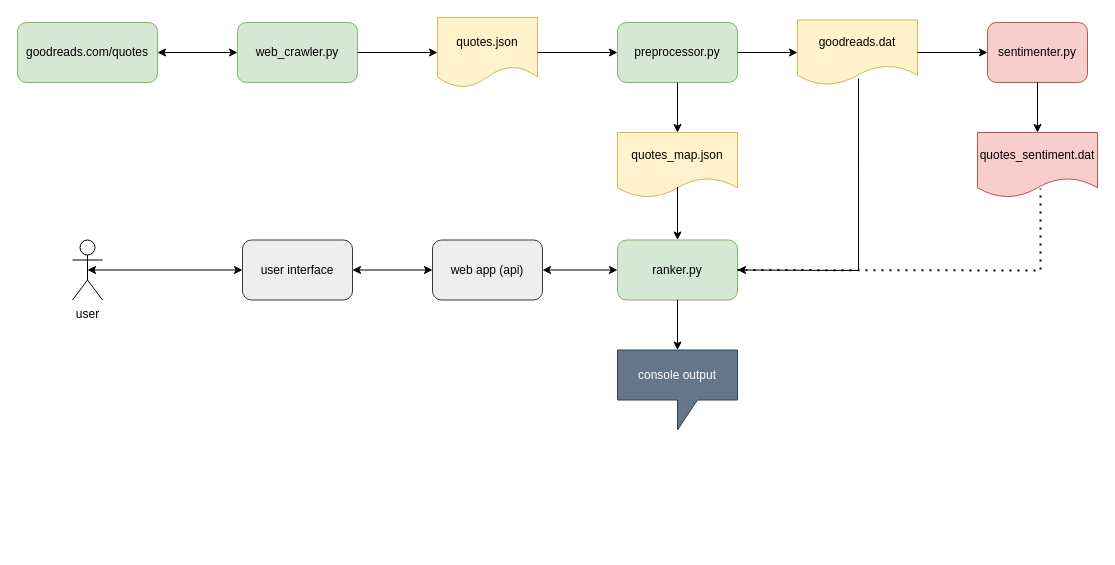
Earlier version of the draw.io diagram course-deliverables/quote-finder-architecture.drawio (willtsai/quote-finder). Source tidied: cells renumbered, new cells numbered last; positions are measured from the earlier drawing's top-left corner, leaving out a move shared by most shapes. Both pictures are drawn from the tidied source at 100%, with x=0, y=0 at pixel (17, 17).
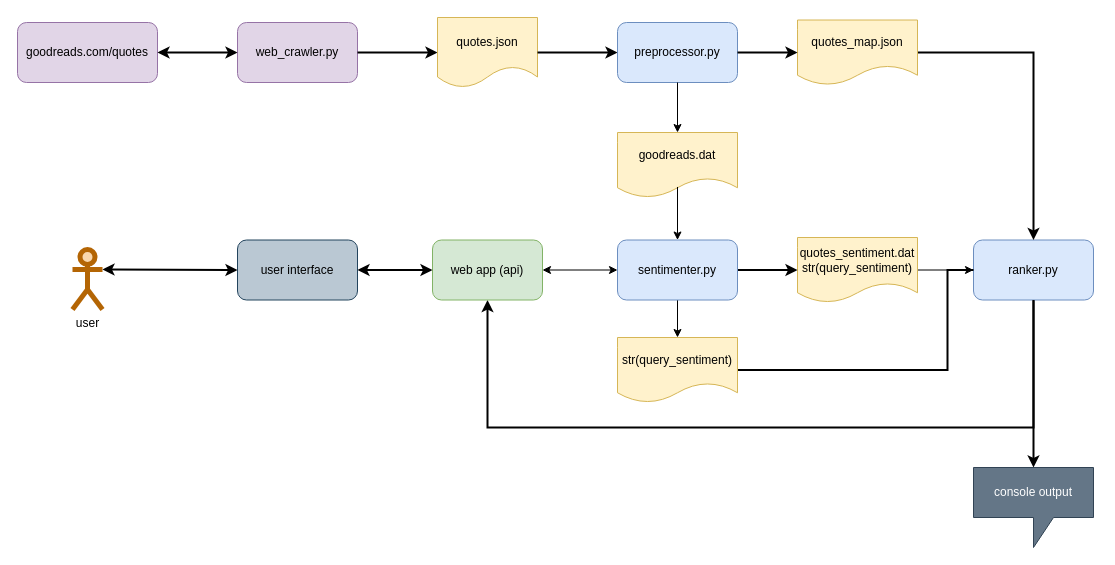
Above is the later version.

Commit message:
restore architecture diagram

Unchanged cells that the change refers to:
```xml
<mxCell id="6" value="quotes.json" style="shape=document;whiteSpace=wrap;html=1;boundedLbl=1;fillColor=#fff2cc;strokeColor=#d6b656;" parent="1" vertex="1">
  <mxGeometry x="420" width="100" height="70" as="geometry" />
</mxCell>
```

What changed in the source:
```diff
@@
-    <mxCell id="2" value="web_crawler.py" style="rounded=1;whiteSpace=wrap;html=1;fillColor=#d5e8d4;strokeColor=#82b366;" parent="1" vertex="1">
+    <mxCell id="2" value="web_crawler.py" style="rounded=1;whiteSpace=wrap;html=1;fillColor=#e1d5e7;strokeColor=#9673a6;" parent="1" vertex="1">
       <mxGeometry x="220" y="5" width="120" height="60" as="geometry" />
     </mxCell>
-    <mxCell id="3" value="goodreads.com/quotes" style="rounded=1;whiteSpace=wrap;html=1;fillColor=#d5e8d4;strokeColor=#82b366;" parent="1" vertex="1">
+    <mxCell id="3" value="goodreads.com/quotes" style="rounded=1;whiteSpace=wrap;html=1;fillColor=#e1d5e7;strokeColor=#9673a6;" parent="1" vertex="1">
       <mxGeometry y="5" width="140" height="60" as="geometry" />
     </mxCell>
-    <mxCell id="4" style="endArrow=classic;startArrow=classic;html=1;rounded=0;entryX=0;entryY=0.5;entryDx=0;entryDy=0;exitX=1;exitY=0.5;exitDx=0;exitDy=0;" parent="1" edge="1" source="3" target="2">
+    <mxCell id="4" style="endArrow=classic;startArrow=classic;html=1;rounded=0;entryX=0;entryY=0.5;entryDx=0;entryDy=0;exitX=1;exitY=0.5;exitDx=0;exitDy=0;strokeWidth=2;" parent="1" edge="1" source="3" target="2">
       <mxGeometry relative="1" as="geometry" />
     </mxCell>
-    <mxCell id="5" style="endArrow=classic;html=1;rounded=0;exitX=1;exitY=0.5;exitDx=0;exitDy=0;entryX=0;entryY=0.5;entryDx=0;entryDy=0;" parent="1" edge="1" source="2" target="6">
+    <mxCell id="5" style="endArrow=classic;html=1;rounded=0;exitX=1;exitY=0.5;exitDx=0;exitDy=0;entryX=0;entryY=0.5;entryDx=0;entryDy=0;strokeWidth=2;" parent="1" edge="1" source="2" target="6">
       <mxGeometry relative="1" as="geometry" />
     </mxCell>
@@
+    <mxCell id="29" style="edgeStyle=orthogonalEdgeStyle;rounded=0;jettySize=auto;html=1;exitX=0.5;exitY=1;exitDx=0;exitDy=0;entryX=0.5;entryY=1;entryDx=0;entryDy=0;strokeWidth=2;" parent="1" edge="1" source="7" target="24">
+      <mxGeometry relative="1" as="geometry">
+        <Array as="points">
+          <mxPoint x="1016" y="410" />
+          <mxPoint x="470" y="410" />
+        </Array>
+      </mxGeometry>
+    </mxCell>
-    <mxCell id="7" value="sentimenter.py" style="rounded=1;whiteSpace=wrap;html=1;fillColor=#f8cecc;strokeColor=#b85450;" parent="1" vertex="1">
-      <mxGeometry x="970" y="5" width="100" height="60" as="geometry" />
+    <mxCell id="7" value="ranker.py" style="rounded=1;whiteSpace=wrap;html=1;fillColor=#dae8fc;strokeColor=#6c8ebf;" parent="1" vertex="1">
+      <mxGeometry x="956" y="222.5" width="120" height="60" as="geometry" />
     </mxCell>
-    <mxCell id="8" style="endArrow=classic;html=1;rounded=0;entryX=0;entryY=0.5;entryDx=0;entryDy=0;exitX=1;exitY=0.5;exitDx=0;exitDy=0;" parent="1" edge="1" source="6" target="11">
+    <mxCell id="8" style="endArrow=classic;html=1;rounded=0;entryX=0;entryY=0.5;entryDx=0;entryDy=0;exitX=1;exitY=0.5;exitDx=0;exitDy=0;strokeWidth=2;" parent="1" edge="1" source="6" target="11">
       <mxGeometry relative="1" as="geometry" />
     </mxCell>
+    <mxCell id="30" style="edgeStyle=orthogonalEdgeStyle;rounded=0;jettySize=auto;html=1;exitX=1;exitY=0.5;exitDx=0;exitDy=0;entryX=0;entryY=0.5;entryDx=0;entryDy=0;" parent="1" edge="1" source="9" target="7">
+      <mxGeometry relative="1" as="geometry" />
+    </mxCell>
-    <mxCell id="9" value="quotes_sentiment.dat" style="shape=document;whiteSpace=wrap;html=1;boundedLbl=1;fillColor=#f8cecc;strokeColor=#b85450;" parent="1" vertex="1">
-      <mxGeometry x="960" y="115" width="120" height="65" as="geometry" />
+    <mxCell id="9" value="quotes_sentiment.dat&lt;br&gt;str(query_sentiment)" style="shape=document;whiteSpace=wrap;html=1;boundedLbl=1;fillColor=#fff2cc;strokeColor=#d6b656;" parent="1" vertex="1">
+      <mxGeometry x="780" y="220" width="120" height="65" as="geometry" />
     </mxCell>
-    <mxCell id="10" style="endArrow=classic;html=1;rounded=0;exitX=0.5;exitY=1;exitDx=0;exitDy=0;entryX=0.5;entryY=0;entryDx=0;entryDy=0;" parent="1" edge="1" source="7" target="9">
-      <mxGeometry relative="1" as="geometry" />
-    </mxCell>
-    <mxCell id="11" value="preprocessor.py" style="rounded=1;whiteSpace=wrap;html=1;fillColor=#d5e8d4;strokeColor=#82b366;" parent="1" vertex="1">
+    <mxCell id="11" value="preprocessor.py" style="rounded=1;whiteSpace=wrap;html=1;fillColor=#dae8fc;strokeColor=#6c8ebf;" parent="1" vertex="1">
       <mxGeometry x="600" y="5" width="120" height="60" as="geometry" />
     </mxCell>
+    <mxCell id="14" style="edgeStyle=orthogonalEdgeStyle;rounded=0;jettySize=auto;html=1;entryX=0.5;entryY=0;entryDx=0;entryDy=0;exitX=1;exitY=0.5;exitDx=0;exitDy=0;strokeWidth=2;" parent="1" edge="1" source="12" target="7">
+      <mxGeometry relative="1" as="geometry" />
+    </mxCell>
-    <mxCell id="12" value="goodreads.dat" style="shape=document;whiteSpace=wrap;html=1;boundedLbl=1;fillColor=#fff2cc;strokeColor=#d6b656;" parent="1" vertex="1">
+    <mxCell id="12" value="quotes_map.json" style="shape=document;whiteSpace=wrap;html=1;boundedLbl=1;fillColor=#fff2cc;strokeColor=#d6b656;" parent="1" vertex="1">
       <mxGeometry x="780" y="2.5" width="120" height="65" as="geometry" />
     </mxCell>
-    <mxCell id="13" style="endArrow=classic;html=1;rounded=0;entryX=0;entryY=0.5;entryDx=0;entryDy=0;exitX=1;exitY=0.5;exitDx=0;exitDy=0;" parent="1" edge="1" source="11" target="12">
+    <mxCell id="13" style="endArrow=classic;html=1;rounded=0;entryX=0;entryY=0.5;entryDx=0;entryDy=0;exitX=1;exitY=0.5;exitDx=0;exitDy=0;strokeWidth=2;" parent="1" edge="1" source="11" target="12">
       <mxGeometry relative="1" as="geometry" />
     </mxCell>
-    <mxCell id="14" style="endArrow=classic;html=1;rounded=0;entryX=0;entryY=0.5;entryDx=0;entryDy=0;exitX=1;exitY=0.5;exitDx=0;exitDy=0;" parent="1" edge="1" source="12" target="7">
-      <mxGeometry relative="1" as="geometry" />
-    </mxCell>
-    <mxCell id="15" value="quotes_map.json" style="shape=document;whiteSpace=wrap;html=1;boundedLbl=1;fillColor=#fff2cc;strokeColor=#d6b656;" parent="1" vertex="1">
+    <mxCell id="15" value="goodreads.dat" style="shape=document;whiteSpace=wrap;html=1;boundedLbl=1;fillColor=#fff2cc;strokeColor=#d6b656;" parent="1" vertex="1">
       <mxGeometry x="600" y="115" width="120" height="65" as="geometry" />
     </mxCell>
+    <mxCell id="28" style="edgeStyle=orthogonalEdgeStyle;rounded=0;jettySize=auto;html=1;exitX=1;exitY=0.5;exitDx=0;exitDy=0;entryX=0;entryY=0.5;entryDx=0;entryDy=0;strokeWidth=2;" parent="1" edge="1" source="16" target="9">
+      <mxGeometry relative="1" as="geometry" />
+    </mxCell>
+    <mxCell id="31" style="edgeStyle=orthogonalEdgeStyle;rounded=0;jettySize=auto;html=1;exitX=0.5;exitY=1;exitDx=0;exitDy=0;entryX=0.5;entryY=0;entryDx=0;entryDy=0;" parent="1" edge="1" source="16" target="33">
+      <mxGeometry relative="1" as="geometry" />
+    </mxCell>
-    <mxCell id="16" value="ranker.py" style="rounded=1;whiteSpace=wrap;html=1;fillColor=#d5e8d4;strokeColor=#82b366;" parent="1" vertex="1">
+    <mxCell id="16" value="sentimenter.py" style="rounded=1;whiteSpace=wrap;html=1;fillColor=#dae8fc;strokeColor=#6c8ebf;" parent="1" vertex="1">
       <mxGeometry x="600" y="222.5" width="120" height="60" as="geometry" />
     </mxCell>
@@
-    <mxCell id="19" style="endArrow=classic;html=1;rounded=0;exitX=0.5;exitY=1;exitDx=0;exitDy=0;entryX=0.5;entryY=0;entryDx=0;entryDy=0;entryPerimeter=0;" parent="1" edge="1" source="16" target="20">
+    <mxCell id="19" style="endArrow=classic;html=1;rounded=0;exitX=0.5;exitY=1;exitDx=0;exitDy=0;entryX=0.5;entryY=0;entryDx=0;entryDy=0;entryPerimeter=0;strokeWidth=2;" parent="1" edge="1" source="7" target="20">
       <mxGeometry relative="1" as="geometry" />
     </mxCell>
     <mxCell id="20" value="console output" style="shape=callout;whiteSpace=wrap;html=1;perimeter=calloutPerimeter;fillColor=#647687;fontColor=#ffffff;strokeColor=#314354;" parent="1" vertex="1">
-      <mxGeometry x="600" y="332.5" width="120" height="80" as="geometry" />
+      <mxGeometry x="956" y="450" width="120" height="80" as="geometry" />
     </mxCell>
-    <mxCell id="21" style="endArrow=classic;html=1;rounded=0;entryX=1;entryY=0.5;entryDx=0;entryDy=0;exitX=0.508;exitY=0.9;exitDx=0;exitDy=0;exitPerimeter=0;" parent="1" edge="1" source="12" target="16">
-      <mxGeometry relative="1" as="geometry">
-        <Array as="points">
-          <mxPoint x="841" y="253" />
-        </Array>
-      </mxGeometry>
-    </mxCell>
-    <mxCell id="22" value="user" style="shape=umlActor;verticalLabelPosition=bottom;verticalAlign=top;html=1;outlineConnect=0;" parent="1" vertex="1">
-      <mxGeometry x="55" y="222.5" width="30" height="60" as="geometry" />
+    <mxCell id="22" value="user" style="shape=umlActor;verticalLabelPosition=bottom;verticalAlign=top;html=1;outlineConnect=0;strokeWidth=5;fillColor=#fad7ac;strokeColor=#b46504;" parent="1" vertex="1">
+      <mxGeometry x="55" y="232" width="30" height="60" as="geometry" />
     </mxCell>
-    <mxCell id="23" value="user interface" style="rounded=1;whiteSpace=wrap;html=1;fillColor=#eeeeee;strokeColor=#36393d;" parent="1" vertex="1">
-      <mxGeometry x="225" y="222.5" width="110" height="60" as="geometry" />
+    <mxCell id="23" value="user interface" style="rounded=1;whiteSpace=wrap;html=1;fillColor=#bac8d3;strokeColor=#23445d;" parent="1" vertex="1">
+      <mxGeometry x="220" y="222.5" width="120" height="60" as="geometry" />
     </mxCell>
-    <mxCell id="24" value="web app (api)" style="rounded=1;whiteSpace=wrap;html=1;fillColor=#eeeeee;strokeColor=#36393d;" parent="1" vertex="1">
+    <mxCell id="24" value="web app (api)" style="rounded=1;whiteSpace=wrap;html=1;fillColor=#d5e8d4;strokeColor=#82b366;" parent="1" vertex="1">
       <mxGeometry x="415" y="222.5" width="110" height="60" as="geometry" />
     </mxCell>
-    <mxCell id="25" style="endArrow=classic;startArrow=classic;html=1;rounded=0;exitX=0.5;exitY=0.5;exitDx=0;exitDy=0;exitPerimeter=0;entryX=0;entryY=0.5;entryDx=0;entryDy=0;" parent="1" edge="1" source="22" target="23">
+    <mxCell id="25" style="endArrow=classic;startArrow=classic;html=1;rounded=0;entryX=0;entryY=0.5;entryDx=0;entryDy=0;strokeWidth=2;exitX=1;exitY=0.3333333333333333;exitDx=0;exitDy=0;exitPerimeter=0;" parent="1" edge="1" source="22" target="23">
       <mxGeometry relative="1" as="geometry" />
     </mxCell>
-    <mxCell id="26" style="endArrow=classic;startArrow=classic;html=1;rounded=0;exitX=1;exitY=0.5;exitDx=0;exitDy=0;entryX=0;entryY=0.5;entryDx=0;entryDy=0;" parent="1" edge="1" source="23" target="24">
+    <mxCell id="26" style="endArrow=classic;startArrow=classic;html=1;rounded=0;exitX=1;exitY=0.5;exitDx=0;exitDy=0;entryX=0;entryY=0.5;entryDx=0;entryDy=0;strokeWidth=2;" parent="1" edge="1" source="23" target="24">
       <mxGeometry relative="1" as="geometry" />
     </mxCell>
@@
-    <mxCell id="28" style="endArrow=none;dashed=1;html=1;dashPattern=1 3;strokeWidth=2;rounded=0;entryX=0.525;entryY=0.862;entryDx=0;entryDy=0;entryPerimeter=0;exitX=1;exitY=0.5;exitDx=0;exitDy=0;" parent="1" edge="1" source="16" target="9">
-      <mxGeometry relative="1" as="geometry">
-        <Array as="points">
-          <mxPoint x="1023" y="253" />
-        </Array>
-      </mxGeometry>
-    </mxCell>
+    <mxCell id="32" style="edgeStyle=orthogonalEdgeStyle;rounded=0;jettySize=auto;html=1;exitX=1;exitY=0.5;exitDx=0;exitDy=0;endArrow=none;endFill=0;entryX=0;entryY=0.5;entryDx=0;entryDy=0;strokeWidth=2;" parent="1" edge="1" source="33" target="7">
+      <mxGeometry relative="1" as="geometry">
+        <Array as="points">
+          <mxPoint x="930" y="353" />
+          <mxPoint x="930" y="253" />
+        </Array>
+      </mxGeometry>
+    </mxCell>
+    <mxCell id="33" value="str(query_sentiment)" style="shape=document;whiteSpace=wrap;html=1;boundedLbl=1;fillColor=#fff2cc;strokeColor=#d6b656;" parent="1" vertex="1">
+      <mxGeometry x="600" y="320" width="120" height="65" as="geometry" />
+    </mxCell>
```
